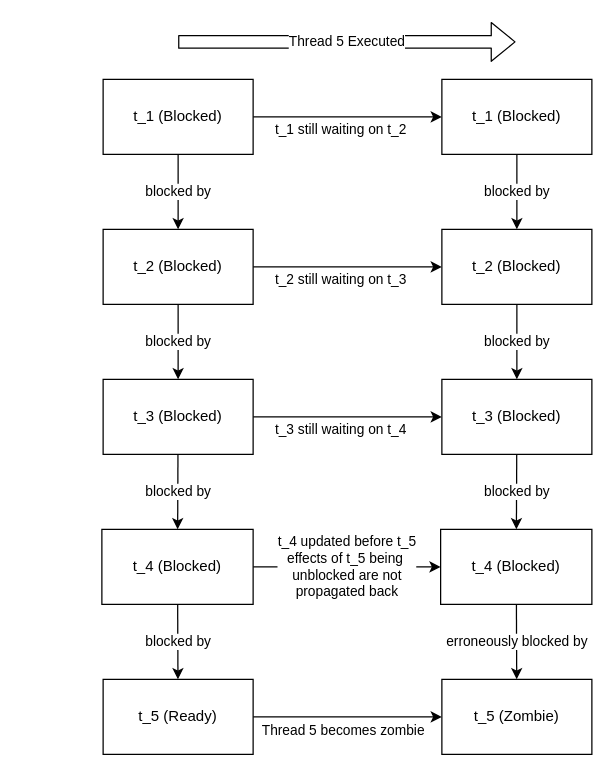
Before: Report/Diagrams/threads.drawio in ni-sauvage/CS7092_Thesis, a draw.io diagram. Source tidied: cells renumbered, new cells numbered last; positions are measured from the earlier drawing's top-left corner, leaving out a move shared by most shapes. Both pictures are drawn from the tidied source at 125%, with x=0, y=0 at pixel (101, 41).
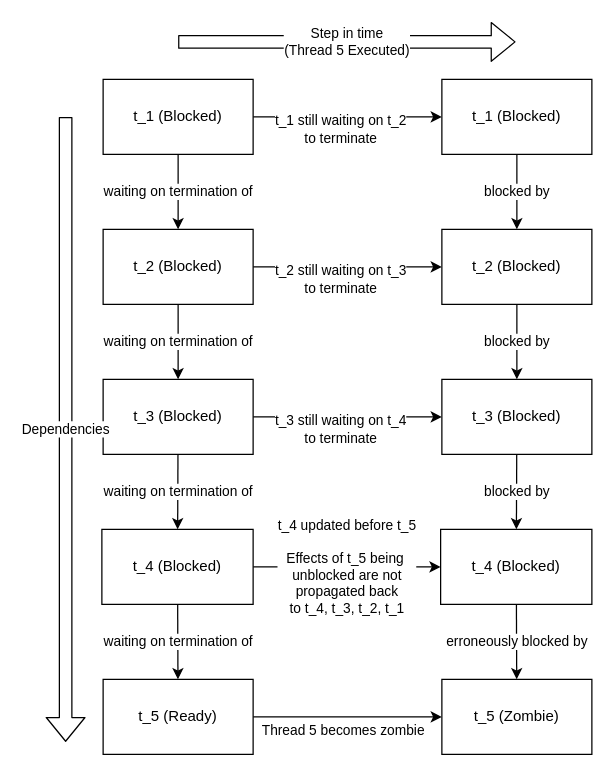
The same page after the edit.

Unchanged cells that the change refers to:
```xml
<mxCell id="4" value="&lt;font&gt;t_1 (Blocked)&lt;/font&gt;" style="rounded=0;whiteSpace=wrap;html=1;" parent="1" vertex="1">
  <mxGeometry x="1" y="30" width="120" height="60" as="geometry" />
</mxCell>
<mxCell id="7" value="t_2 (Blocked)" style="rounded=0;whiteSpace=wrap;html=1;" parent="1" vertex="1">
  <mxGeometry x="1" y="150" width="120" height="60" as="geometry" />
</mxCell>
<mxCell id="10" value="t_3 (Blocked)" style="rounded=0;whiteSpace=wrap;html=1;" parent="1" vertex="1">
  <mxGeometry x="1" y="270" width="120" height="60" as="geometry" />
</mxCell>
<mxCell id="13" value="t_4 (Blocked)" style="rounded=0;whiteSpace=wrap;html=1;" parent="1" vertex="1">
  <mxGeometry y="390" width="121" height="60" as="geometry" />
</mxCell>
<mxCell id="16" value="t_5 (Ready)" style="rounded=0;whiteSpace=wrap;html=1;" parent="1" vertex="1">
  <mxGeometry x="1" y="510" width="120" height="60" as="geometry" />
</mxCell>
<mxCell id="18" value="&lt;font&gt;t_1 (Blocked)&lt;/font&gt;" style="rounded=0;whiteSpace=wrap;html=1;" parent="1" vertex="1">
  <mxGeometry x="272" y="30" width="120" height="60" as="geometry" />
</mxCell>
<mxCell id="20" value="t_2 (Blocked)" style="rounded=0;whiteSpace=wrap;html=1;" parent="1" vertex="1">
  <mxGeometry x="272" y="150" width="120" height="60" as="geometry" />
</mxCell>
<mxCell id="22" value="t_3 (Blocked)" style="rounded=0;whiteSpace=wrap;html=1;" parent="1" vertex="1">
  <mxGeometry x="272" y="270" width="120" height="60" as="geometry" />
</mxCell>
<mxCell id="24" value="t_4 (Blocked)" style="rounded=0;whiteSpace=wrap;html=1;" parent="1" vertex="1">
  <mxGeometry x="271" y="390" width="121" height="60" as="geometry" />
</mxCell>
```

The edit, as a diff of the source:
```diff
@@
-    <mxCell id="2" value="blocked by" style="edgeStyle=none;html=1;" parent="1" edge="1" source="4" target="7">
+    <mxCell id="2" value="waiting on termination of" style="edgeStyle=none;html=1;" parent="1" edge="1" source="4" target="7">
       <mxGeometry relative="1" as="geometry" />
     </mxCell>
-    <mxCell id="3" value="t_1 still waiting on t_2" style="edgeStyle=none;html=1;" parent="1" edge="1" source="4" target="18">
+    <mxCell id="3" value="t_1 still waiting on t_2&lt;br&gt;to terminate" style="edgeStyle=none;html=1;" parent="1" edge="1" source="4" target="18">
       <mxGeometry x="-0.07" y="-10" relative="1" as="geometry" />
     </mxCell>
@@
-    <mxCell id="5" value="blocked by" style="edgeStyle=none;html=1;" parent="1" edge="1" source="7" target="10">
+    <mxCell id="5" value="waiting on termination of" style="edgeStyle=none;html=1;" parent="1" edge="1" source="7" target="10">
       <mxGeometry relative="1" as="geometry" />
     </mxCell>
-    <mxCell id="6" value="t_2 still waiting on t_3" style="edgeStyle=none;html=1;" parent="1" edge="1" source="7" target="20">
+    <mxCell id="6" value="t_2 still waiting on t_3&lt;br&gt;to terminate" style="edgeStyle=none;html=1;" parent="1" edge="1" source="7" target="20">
       <mxGeometry x="-0.07" y="-10" relative="1" as="geometry" />
     </mxCell>
@@
-    <mxCell id="8" value="blocked by" style="edgeStyle=none;html=1;" parent="1" edge="1" source="10" target="13">
+    <mxCell id="8" value="waiting on termination of" style="edgeStyle=none;html=1;" parent="1" edge="1" source="10" target="13">
       <mxGeometry relative="1" as="geometry" />
     </mxCell>
-    <mxCell id="9" value="t_3 still waiting on t_4" style="edgeStyle=none;html=1;" parent="1" edge="1" source="10" target="22">
+    <mxCell id="9" value="t_3 still waiting on t_4&lt;br&gt;to terminate" style="edgeStyle=none;html=1;" parent="1" edge="1" source="10" target="22">
       <mxGeometry x="-0.07" y="-10" relative="1" as="geometry" />
     </mxCell>
@@
-    <mxCell id="11" value="blocked by" style="edgeStyle=none;html=1;" parent="1" edge="1" source="13" target="16">
+    <mxCell id="11" value="waiting on termination of" style="edgeStyle=none;html=1;" parent="1" edge="1" source="13" target="16">
       <mxGeometry relative="1" as="geometry" />
     </mxCell>
-    <mxCell id="12" value="t_4 updated before t_5&lt;br&gt;effects of t_5 being&amp;nbsp;&lt;br&gt;unblocked are not&lt;br&gt;propagated back" style="edgeStyle=none;html=1;" parent="1" edge="1" source="13" target="24">
+    <mxCell id="12" value="t_4 updated before t_5&lt;br&gt;&lt;br&gt;Effects of t_5 being&amp;nbsp;&lt;br&gt;unblocked are not&lt;br&gt;propagated back&lt;br&gt;to t_4, t_3, t_2, t_1" style="edgeStyle=none;html=1;" parent="1" edge="1" source="13" target="24">
       <mxGeometry relative="1" as="geometry" />
     </mxCell>
@@
-    <mxCell id="26" value="Thread 5 Executed" style="shape=flexArrow;endArrow=classic;html=1;" parent="1" edge="1">
+    <mxCell id="26" value="Step in time&lt;br&gt;(Thread 5 Executed)" style="shape=flexArrow;endArrow=classic;html=1;" parent="1" edge="1">
       <mxGeometry relative="1" as="geometry">
         <mxPoint x="61" as="sourcePoint" />
         <mxPoint x="331" as="targetPoint" />
       </mxGeometry>
     </mxCell>
+    <mxCell id="27" value="Dependencies" style="shape=flexArrow;endArrow=classic;html=1;" parent="1" edge="1">
+      <mxGeometry relative="1" as="geometry">
+        <mxPoint x="-29" y="60" as="sourcePoint" />
+        <mxPoint x="-29" y="560" as="targetPoint" />
+      </mxGeometry>
+    </mxCell>
```
